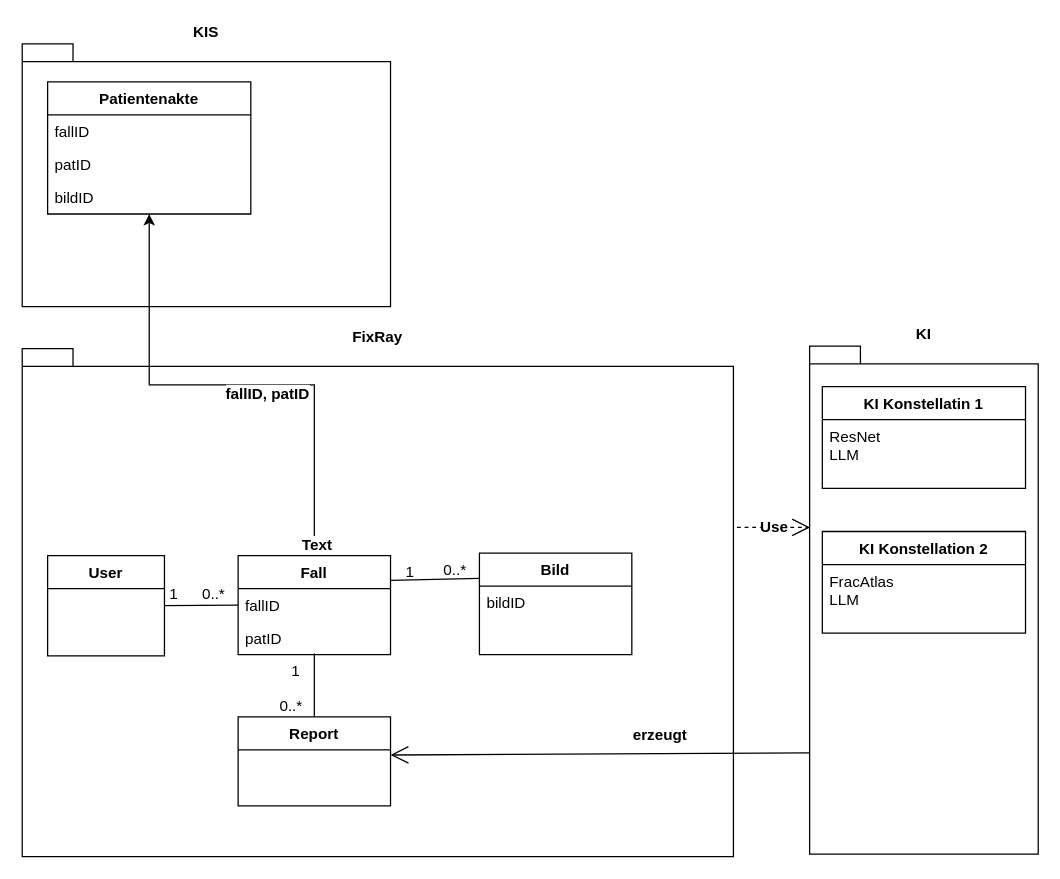
NadineLoosli/FixRay keeps this draw.io diagram as docs/Diagramme/Klassendiagramm.drawio. Above is the earlier version. Source tidied: cells renumbered, new cells numbered last; positions are measured from the earlier drawing's top-left corner, leaving out a move shared by most shapes. Both pictures are drawn from the tidied source at 127%, with x=0, y=0 at pixel (22, 43).
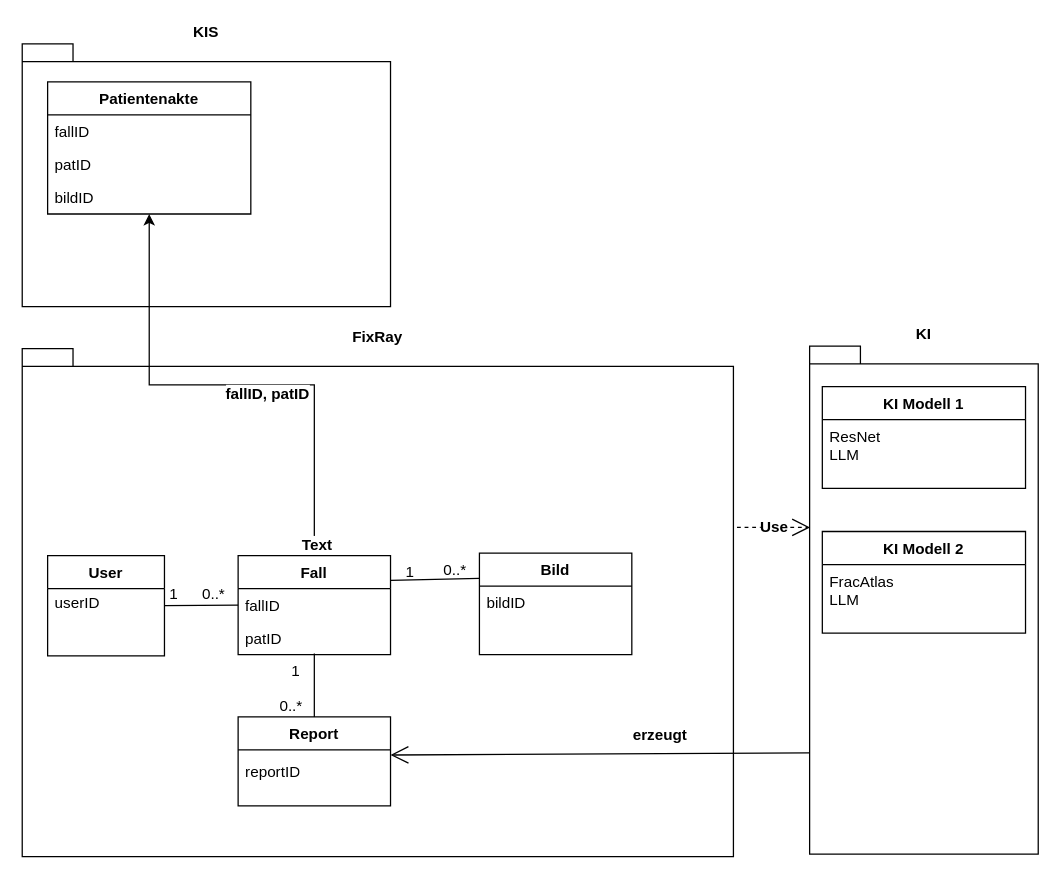
After the change.

Change to the diagram source:
```diff
@@
-    <mxCell id="17" value="KI Konstellation 2" style="swimlane;fontStyle=1;align=center;verticalAlign=top;horizontal=1;startSize=26;whiteSpace=wrap;html=1;" parent="1" vertex="1">
+    <mxCell id="17" value="KI Modell 2" style="swimlane;fontStyle=1;align=center;verticalAlign=top;horizontal=1;startSize=26;whiteSpace=wrap;html=1;" parent="1" vertex="1">
       <mxGeometry x="630" y="384" width="160" height="80" as="geometry" />
     </mxCell>
@@
-    <mxCell id="19" value="KI Konstellatin 1" style="swimlane;fontStyle=1;align=center;verticalAlign=top;horizontal=1;startSize=26;whiteSpace=wrap;html=1;" parent="1" vertex="1">
+    <mxCell id="19" value="KI Modell 1" style="swimlane;fontStyle=1;align=center;verticalAlign=top;horizontal=1;startSize=26;whiteSpace=wrap;html=1;" parent="1" vertex="1">
       <mxGeometry x="630" y="270" width="160" height="80" as="geometry" />
     </mxCell>
@@
+    <mxCell id="38" value="userID" style="text;strokeColor=none;fillColor=none;align=left;verticalAlign=top;spacingLeft=4;spacingRight=4;overflow=hidden;whiteSpace=wrap;html=1;" parent="1" vertex="1">
+      <mxGeometry x="20" y="427" width="90" height="54" as="geometry" />
+    </mxCell>
+    <mxCell id="39" value="reportID" style="text;strokeColor=none;fillColor=none;align=left;verticalAlign=top;spacingLeft=4;spacingRight=4;overflow=hidden;whiteSpace=wrap;html=1;" parent="1" vertex="1">
+      <mxGeometry x="170" y="560" width="120" height="44" as="geometry" />
+    </mxCell>
```
